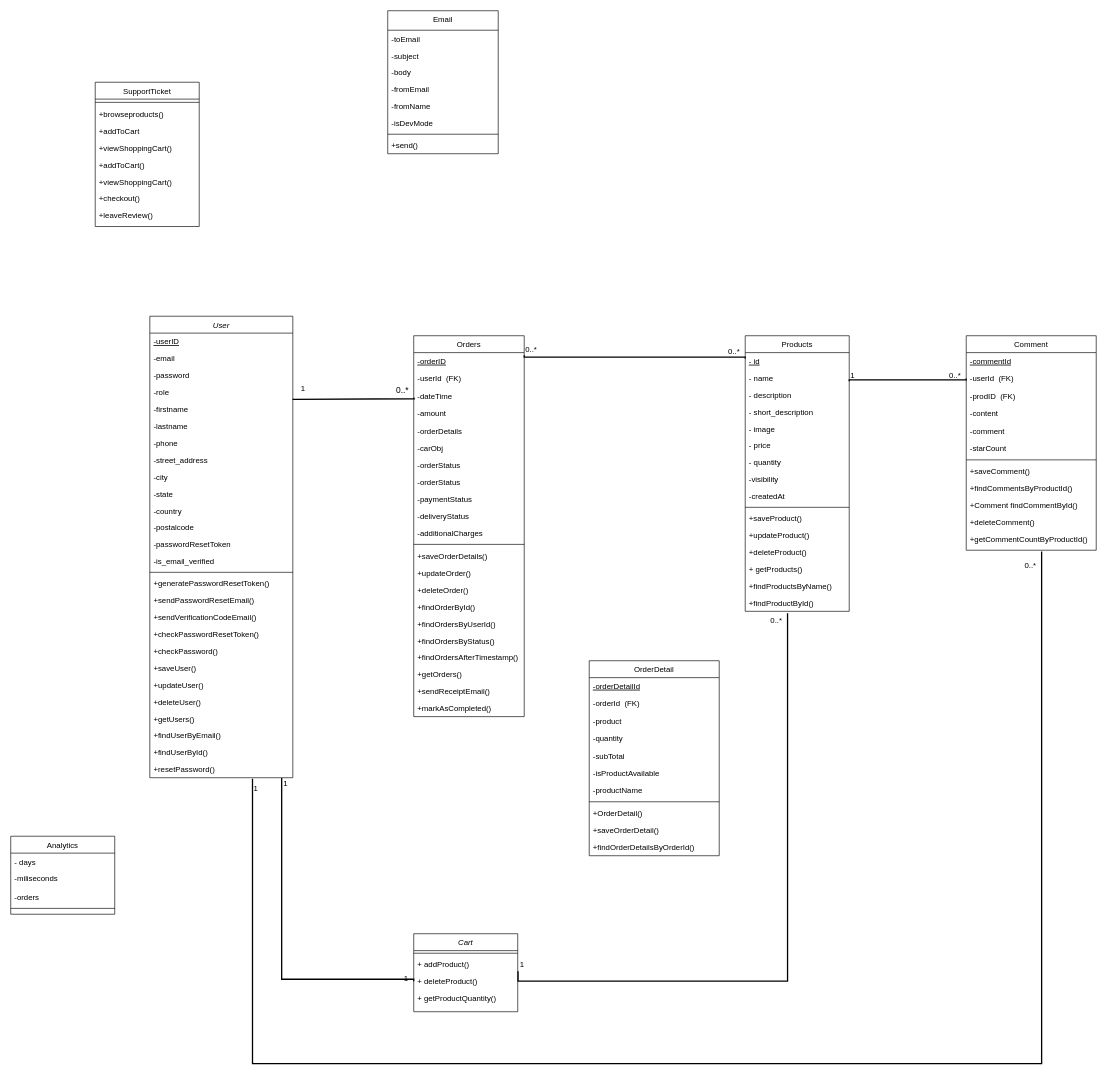
This is assets/diagrams/Class Diagram.drawio from isira-adithya/PUSL2024, a draw.io file, before an edit. Source tidied: cells renumbered, new cells numbered last; positions are measured from the earlier drawing's top-left corner, leaving out a move shared by most shapes. Both pictures are drawn from the tidied source at 65%, with x=0, y=0 at pixel (10, 10).
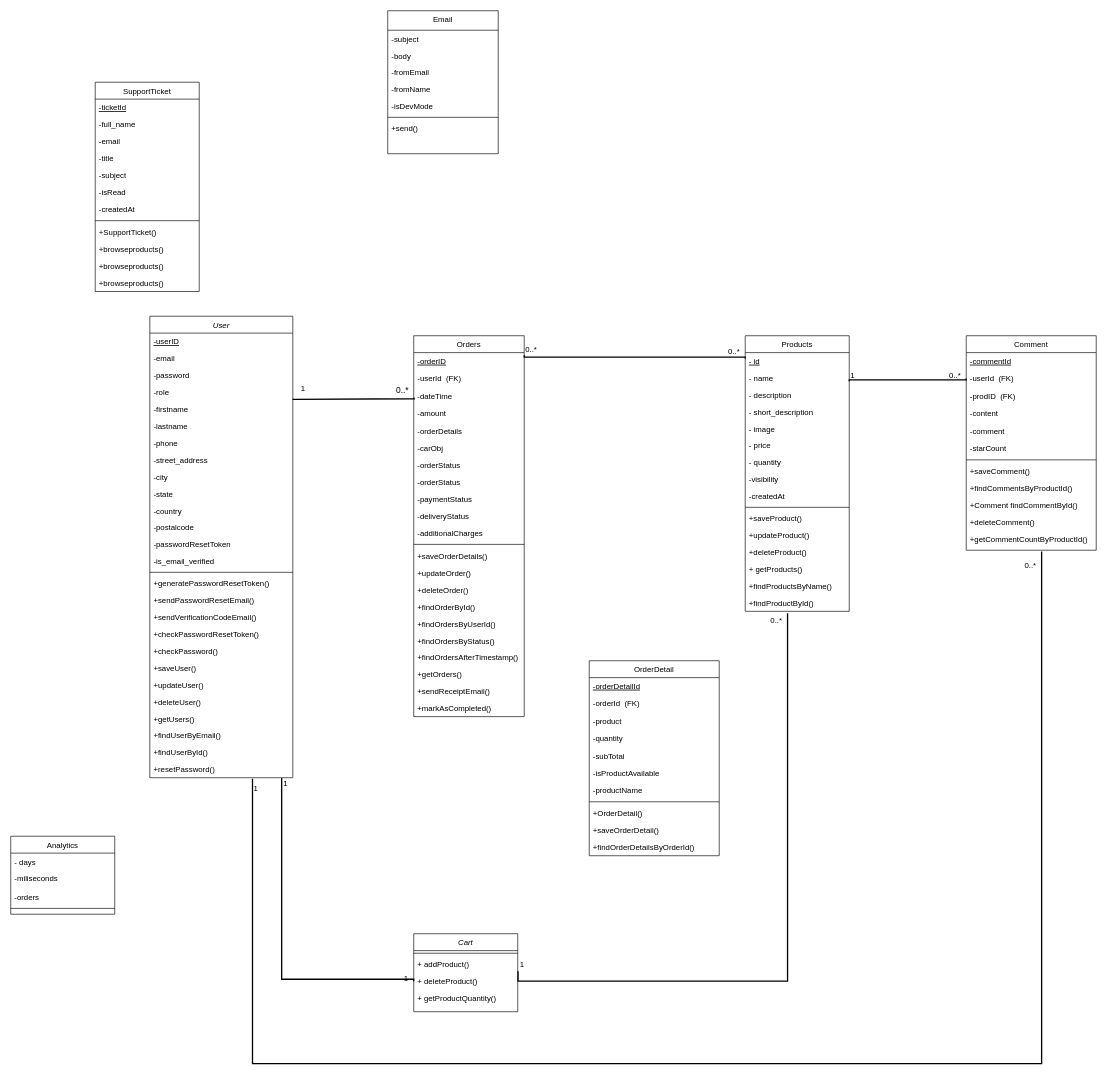
The same page after the edit.

Commit message:
updated the support ticket class, class diagram

Unchanged cells that the change refers to:
```xml
<mxCell id="2" value="Email" style="swimlane;fontStyle=0;align=center;verticalAlign=top;horizontal=1;startSize=30;rounded=0;shadow=0;strokeWidth=1;" parent="1" vertex="1">
  <mxGeometry x="580" width="170" height="220" as="geometry" />
</mxCell>
```

What changed in the source:
```diff
@@
-    <mxCell id="3" value="-toEmail" style="text;align=left;verticalAlign=top;spacingLeft=4;spacingRight=4;overflow=hidden;" parent="2" vertex="1">
-      <mxGeometry y="30" width="170" height="26" as="geometry" />
-    </mxCell>
     <mxCell id="4" value="-subject" style="text;align=left;verticalAlign=top;spacingLeft=4;spacingRight=4;overflow=hidden;" parent="2" vertex="1">
-      <mxGeometry y="56" width="170" height="26" as="geometry" />
+      <mxGeometry y="30" width="170" height="26" as="geometry" />
     </mxCell>
     <mxCell id="5" value="-body" style="text;align=left;verticalAlign=top;spacingLeft=4;spacingRight=4;overflow=hidden;" parent="2" vertex="1">
-      <mxGeometry y="82" width="170" height="26" as="geometry" />
+      <mxGeometry y="56" width="170" height="26" as="geometry" />
     </mxCell>
     <mxCell id="6" value="-fromEmail" style="text;align=left;verticalAlign=top;spacingLeft=4;spacingRight=4;overflow=hidden;" parent="2" vertex="1">
-      <mxGeometry y="108" width="170" height="26" as="geometry" />
+      <mxGeometry y="82" width="170" height="26" as="geometry" />
     </mxCell>
     <mxCell id="7" value="-fromName" style="text;align=left;verticalAlign=top;spacingLeft=4;spacingRight=4;overflow=hidden;" parent="2" vertex="1">
-      <mxGeometry y="134" width="170" height="26" as="geometry" />
+      <mxGeometry y="108" width="170" height="26" as="geometry" />
     </mxCell>
     <mxCell id="8" value="-isDevMode" style="text;align=left;verticalAlign=top;spacingLeft=4;spacingRight=4;overflow=hidden;" parent="2" vertex="1">
-      <mxGeometry y="160" width="170" height="26" as="geometry" />
+      <mxGeometry y="134" width="170" height="26" as="geometry" />
     </mxCell>
     <mxCell id="9" style="line;html=1;strokeWidth=1;align=left;verticalAlign=middle;spacingTop=-1;spacingLeft=3;spacingRight=3;labelPosition=right;" parent="2" vertex="1">
-      <mxGeometry y="186" width="170" height="8" as="geometry" />
+      <mxGeometry y="160" width="170" height="8" as="geometry" />
     </mxCell>
     <mxCell id="10" value="+send()" style="text;align=left;verticalAlign=top;spacingLeft=4;spacingRight=4;overflow=hidden;" parent="2" vertex="1">
-      <mxGeometry y="194" width="170" height="26" as="geometry" />
+      <mxGeometry y="168" width="170" height="26" as="geometry" />
     </mxCell>
@@
     <mxCell id="120" value="SupportTicket" style="swimlane;fontStyle=0;align=center;verticalAlign=top;horizontal=1;startSize=26;rounded=0;shadow=0;strokeWidth=1;" parent="1" vertex="1">
-      <mxGeometry x="130" y="110" width="160" height="222" as="geometry" />
+      <mxGeometry x="130" y="110" width="160" height="322" as="geometry" />
     </mxCell>
+    <mxCell id="3" value="-ticketId" style="text;align=left;verticalAlign=top;spacingLeft=4;spacingRight=4;overflow=hidden;fontStyle=4;" parent="120" vertex="1">
+      <mxGeometry y="26" width="160" height="26" as="geometry" />
+    </mxCell>
+    <mxCell id="141" value="-full_name" style="text;align=left;verticalAlign=top;spacingLeft=4;spacingRight=4;overflow=hidden;" parent="120" vertex="1">
+      <mxGeometry y="52" width="160" height="26" as="geometry" />
+    </mxCell>
+    <mxCell id="142" value="-email" style="text;align=left;verticalAlign=top;spacingLeft=4;spacingRight=4;overflow=hidden;" parent="120" vertex="1">
+      <mxGeometry y="78" width="160" height="26" as="geometry" />
+    </mxCell>
+    <mxCell id="143" value="-title" style="text;align=left;verticalAlign=top;spacingLeft=4;spacingRight=4;overflow=hidden;" parent="120" vertex="1">
+      <mxGeometry y="104" width="160" height="26" as="geometry" />
+    </mxCell>
+    <mxCell id="144" value="-subject" style="text;align=left;verticalAlign=top;spacingLeft=4;spacingRight=4;overflow=hidden;" parent="120" vertex="1">
+      <mxGeometry y="130" width="160" height="26" as="geometry" />
+    </mxCell>
+    <mxCell id="145" value="-isRead" style="text;align=left;verticalAlign=top;spacingLeft=4;spacingRight=4;overflow=hidden;" parent="120" vertex="1">
+      <mxGeometry y="156" width="160" height="26" as="geometry" />
+    </mxCell>
+    <mxCell id="146" value="-createdAt" style="text;align=left;verticalAlign=top;spacingLeft=4;spacingRight=4;overflow=hidden;" parent="120" vertex="1">
+      <mxGeometry y="182" width="160" height="26" as="geometry" />
+    </mxCell>
     <mxCell id="121" style="line;html=1;strokeWidth=1;align=left;verticalAlign=middle;spacingTop=-1;spacingLeft=3;spacingRight=3;labelPosition=right;" parent="120" vertex="1">
-      <mxGeometry y="26" width="160" height="10" as="geometry" />
+      <mxGeometry y="208" width="160" height="10" as="geometry" />
     </mxCell>
-    <mxCell id="122" value="+browseproducts()" style="text;align=left;verticalAlign=top;spacingLeft=4;spacingRight=4;overflow=hidden;" parent="120" vertex="1">
-      <mxGeometry y="36" width="160" height="26" as="geometry" />
+    <mxCell id="122" value="+SupportTicket()" style="text;align=left;verticalAlign=top;spacingLeft=4;spacingRight=4;overflow=hidden;" parent="120" vertex="1">
+      <mxGeometry y="218" width="160" height="26" as="geometry" />
     </mxCell>
-    <mxCell id="123" value="+addToCart" style="text;align=left;verticalAlign=top;spacingLeft=4;spacingRight=4;overflow=hidden;" parent="120" vertex="1">
-      <mxGeometry y="62" width="160" height="26" as="geometry" />
-    </mxCell>
-    <mxCell id="124" value="+viewShoppingCart()" style="text;align=left;verticalAlign=top;spacingLeft=4;spacingRight=4;overflow=hidden;rounded=0;shadow=0;html=0;" parent="120" vertex="1">
-      <mxGeometry y="88" width="160" height="26" as="geometry" />
-    </mxCell>
-    <mxCell id="125" value="+addToCart()" style="text;align=left;verticalAlign=top;spacingLeft=4;spacingRight=4;overflow=hidden;rounded=0;shadow=0;html=0;" parent="120" vertex="1">
-      <mxGeometry y="114" width="160" height="26" as="geometry" />
-    </mxCell>
-    <mxCell id="126" value="+viewShoppingCart()" style="text;align=left;verticalAlign=top;spacingLeft=4;spacingRight=4;overflow=hidden;rounded=0;shadow=0;html=0;" parent="120" vertex="1">
-      <mxGeometry y="140" width="160" height="26" as="geometry" />
-    </mxCell>
-    <mxCell id="127" value="+checkout()" style="text;align=left;verticalAlign=top;spacingLeft=4;spacingRight=4;overflow=hidden;rounded=0;shadow=0;html=0;" parent="120" vertex="1">
-      <mxGeometry y="166" width="160" height="26" as="geometry" />
-    </mxCell>
-    <mxCell id="128" value="+leaveReview()" style="text;align=left;verticalAlign=top;spacingLeft=4;spacingRight=4;overflow=hidden;rounded=0;shadow=0;html=0;" parent="120" vertex="1">
-      <mxGeometry y="192" width="160" height="30" as="geometry" />
-    </mxCell>
+    <mxCell id="147" value="+browseproducts()" style="text;align=left;verticalAlign=top;spacingLeft=4;spacingRight=4;overflow=hidden;" parent="120" vertex="1">
+      <mxGeometry y="244" width="160" height="26" as="geometry" />
+    </mxCell>
+    <mxCell id="148" value="+browseproducts()" style="text;align=left;verticalAlign=top;spacingLeft=4;spacingRight=4;overflow=hidden;" parent="120" vertex="1">
+      <mxGeometry y="270" width="160" height="26" as="geometry" />
+    </mxCell>
+    <mxCell id="149" value="+browseproducts()" style="text;align=left;verticalAlign=top;spacingLeft=4;spacingRight=4;overflow=hidden;" parent="120" vertex="1">
+      <mxGeometry y="296" width="160" height="26" as="geometry" />
+    </mxCell>
```
